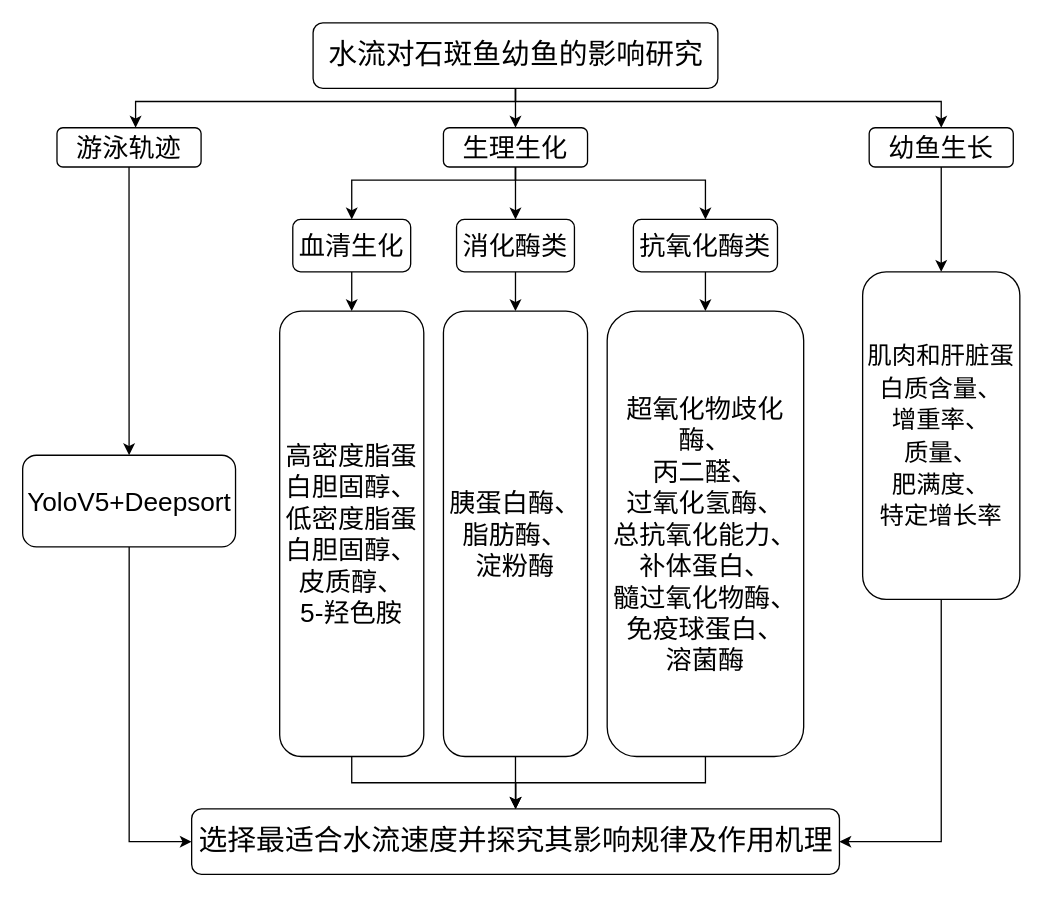
This is 水流对石斑鱼幼鱼的影响.drawio from 729973389/picture, a draw.io file, before an edit. Source tidied: cells renumbered, new cells numbered last; positions are measured from the earlier drawing's top-left corner, leaving out a move shared by most shapes. Both pictures are drawn from the tidied source at 131%, with x=0, y=0 at pixel (22, 22).
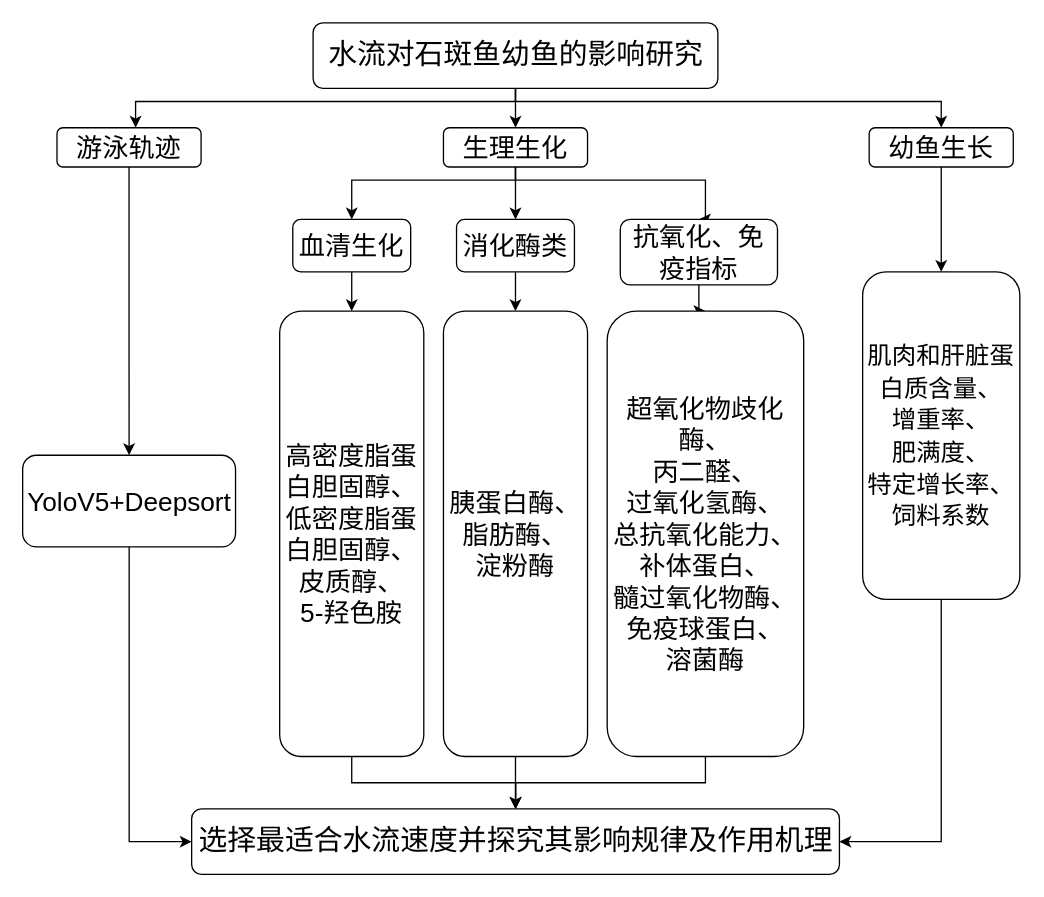
The same page after the edit.

Commit message:
更新水流对石斑鱼幼鱼的影响.drawio

What changed in the source:
```diff
@@
-    <mxCell id="21" value="抗氧化酶类" style="rounded=1;whiteSpace=wrap;html=1;fontSize=20;align=center;" parent="1" vertex="1">
-      <mxGeometry x="466" y="150" width="110" height="40" as="geometry" />
+    <mxCell id="21" value="抗氧化、免疫指标" style="rounded=1;whiteSpace=wrap;html=1;fontSize=20;align=center;" parent="1" vertex="1">
+      <mxGeometry x="456" y="150" width="120" height="50" as="geometry" />
     </mxCell>
@@
-    <mxCell id="29" value="&lt;span style=&quot;font-size: 14pt; font-family: 微软雅黑;&quot;&gt;肌肉&lt;/span&gt;&lt;span style=&quot;font-size: 14pt; font-family: 微软雅黑;&quot;&gt;和肝脏蛋白质含量、&lt;br&gt;增重率、&lt;br&gt;质量、&lt;br&gt;肥满度、&lt;br&gt;特定增长率&lt;/span&gt;" style="rounded=1;whiteSpace=wrap;html=1;fontSize=20;align=center;" parent="1" vertex="1">
+    <mxCell id="29" value="&lt;span style=&quot;font-size: 14pt; font-family: 微软雅黑;&quot;&gt;肌肉&lt;/span&gt;&lt;span style=&quot;font-size: 14pt; font-family: 微软雅黑;&quot;&gt;和肝脏蛋白质含量、&lt;br&gt;增重率、&lt;br&gt;肥满度、&lt;br&gt;特定增长率、饲料系数&lt;br&gt;&lt;/span&gt;" style="rounded=1;whiteSpace=wrap;html=1;fontSize=20;align=center;" parent="1" vertex="1">
       <mxGeometry x="641" y="190" width="120" height="250" as="geometry" />
     </mxCell>
```
